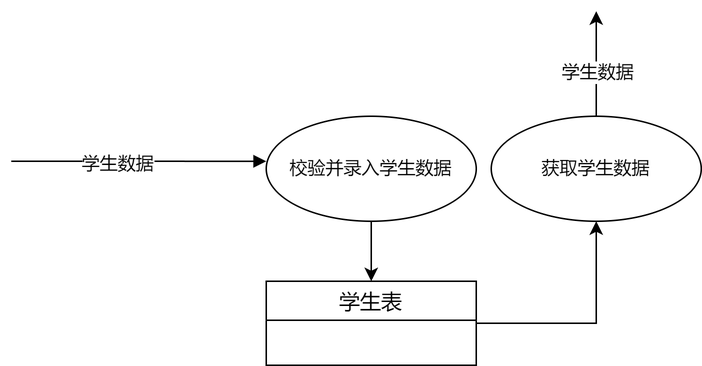
The draw.io diagram 第一章/处理学生数据-数据流图.drawio.png in JackeyTower/pic-work, before a commit. Source tidied: cells renumbered, new cells last; positions are measured from the earlier drawing's top-left corner, leaving out a move shared by most shapes. Its diagram source:
```xml
<mxGraphModel>
  <root>
    <mxCell id="0" />
    <mxCell id="1" parent="0" />
    <mxCell id="2" style="edgeStyle=orthogonalEdgeStyle;rounded=0;jettySize=auto;html=1;" parent="1" edge="1" source="3" target="7">
      <mxGeometry relative="1" as="geometry" />
    </mxCell>
    <mxCell id="3" value="校验并录入学生数据" style="ellipse;whiteSpace=wrap;html=1;" parent="1" vertex="1">
      <mxGeometry x="170" y="70" width="140" height="70" as="geometry" />
    </mxCell>
    <mxCell id="4" style="endArrow=block;endFill=1;html=1;edgeStyle=orthogonalEdgeStyle;align=left;verticalAlign=top;rounded=0;entryX=0;entryY=0.429;entryDx=0;entryDy=0;entryPerimeter=0;" parent="1" edge="1" target="3">
      <mxGeometry x="-1" relative="1" as="geometry">
        <mxPoint y="100" as="sourcePoint" />
        <Array as="points">
          <mxPoint x="10" y="100" />
        </Array>
      </mxGeometry>
    </mxCell>
    <mxCell id="5" value="学生数据" style="edgeLabel;html=1;align=center;verticalAlign=middle;" parent="4" vertex="1">
      <mxGeometry x="-0.16" y="-1" relative="1" as="geometry" />
    </mxCell>
    <mxCell id="6" style="edgeStyle=orthogonalEdgeStyle;rounded=0;jettySize=auto;html=1;entryX=0.5;entryY=1;entryDx=0;entryDy=0;" parent="1" edge="1" source="7" target="10">
      <mxGeometry relative="1" as="geometry" />
    </mxCell>
    <mxCell id="7" value="学生表" style="swimlane;fontStyle=0;horizontal=1;startSize=26;align=center;fontSize=14;" parent="1" vertex="1">
      <mxGeometry x="170" y="180" width="140" height="56" as="geometry" />
    </mxCell>
    <mxCell id="8" style="edgeStyle=orthogonalEdgeStyle;rounded=0;jettySize=auto;html=1;" parent="1" edge="1" source="10">
      <mxGeometry relative="1" as="geometry">
        <mxPoint x="390" as="targetPoint" />
      </mxGeometry>
    </mxCell>
    <mxCell id="9" value="学生数据" style="edgeLabel;html=1;align=center;verticalAlign=middle;" parent="8" vertex="1">
      <mxGeometry x="-0.15" relative="1" as="geometry" />
    </mxCell>
    <mxCell id="10" value="获取学生数据" style="ellipse;whiteSpace=wrap;html=1;" parent="1" vertex="1">
      <mxGeometry x="320" y="70" width="140" height="70" as="geometry" />
    </mxCell>
  </root>
</mxGraphModel>
```
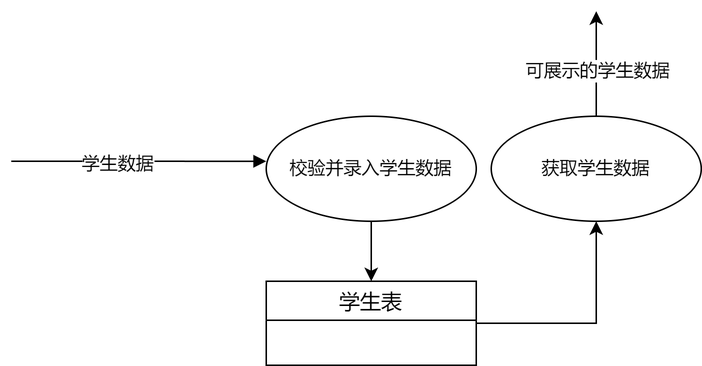
Above is the later version.

Commit message:
已添加 处理学生数据-数据流图.drawio.png

Diff of the diagram source:
```diff
@@ -30,7 +30,7 @@
         <mxPoint x="390" as="targetPoint" />
       </mxGeometry>
     </mxCell>
-    <mxCell id="9" value="学生数据" style="edgeLabel;html=1;align=center;verticalAlign=middle;" parent="8" vertex="1">
+    <mxCell id="9" value="可展示的学生数据" style="edgeLabel;html=1;align=center;verticalAlign=middle;" parent="8" vertex="1">
       <mxGeometry x="-0.15" relative="1" as="geometry" />
     </mxCell>
     <mxCell id="10" value="获取学生数据" style="ellipse;whiteSpace=wrap;html=1;" parent="1" vertex="1">
```
